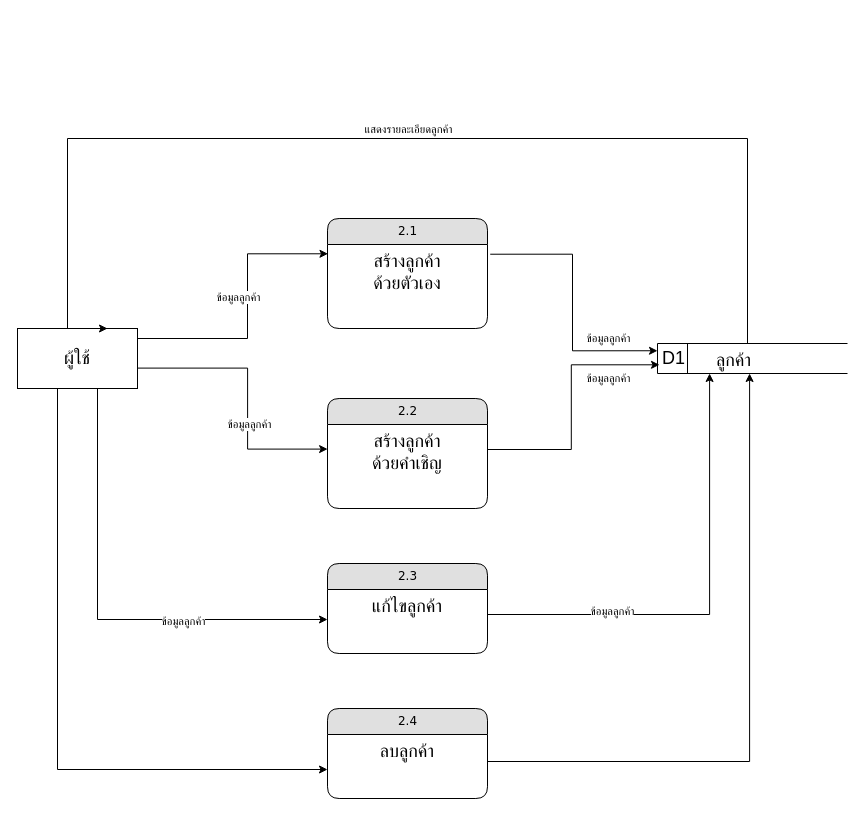
The draw.io diagram dataflow-pms-2.0.drawio in NewSnooker/it-udvc-pms, before the edit. Source tidied: cells renumbered, new cells numbered last; positions are measured from the earlier drawing's top-left corner, leaving out a move shared by most shapes. Both pictures are drawn from the tidied source at 100%, with x=0, y=0 at pixel (17, 138).
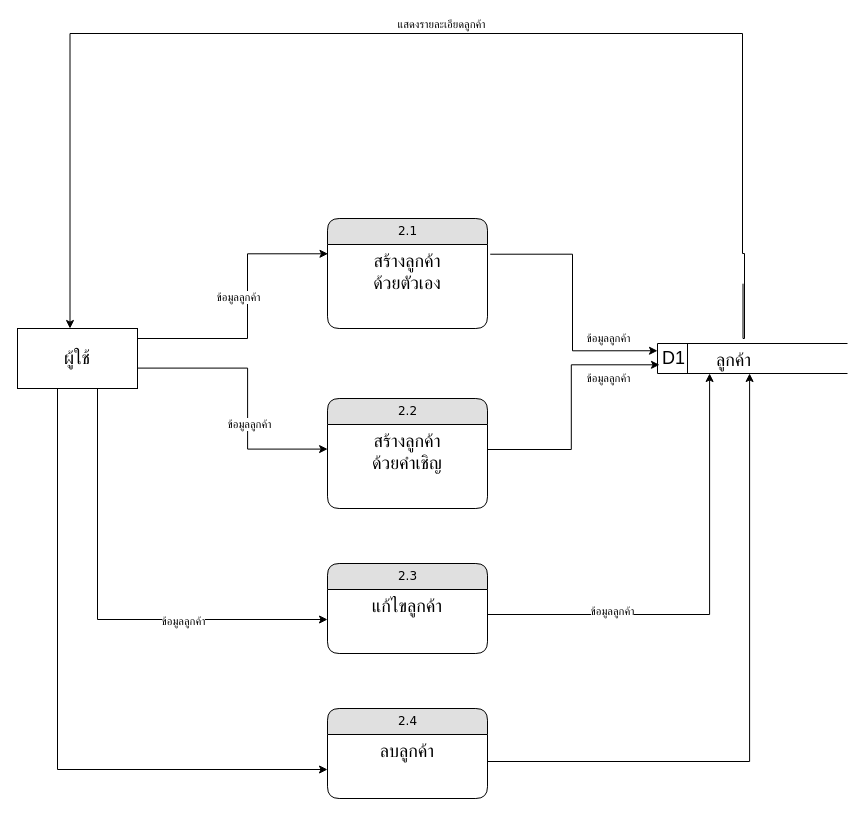
After the change.

The change refers to these unchanged cells:
```xml
<mxCell id="9" value="&lt;span style=&quot;font-size: 18px; font-weight: 400;&quot;&gt;ลูกค้า&lt;/span&gt;" style="text;strokeColor=none;fillColor=none;html=1;fontSize=24;fontStyle=1;verticalAlign=middle;align=center;" parent="7" vertex="1">
  <mxGeometry x="28.5" width="95" height="30" as="geometry" />
</mxCell>
```

Diff of the diagram source:
```diff
@@
-    <mxCell id="19" style="endArrow=classic;html=1;rounded=0;exitX=0.25;exitY=0;exitDx=0;exitDy=0;edgeStyle=orthogonalEdgeStyle;" parent="1" edge="1" source="9">
+    <mxCell id="19" style="endArrow=classic;html=1;rounded=0;edgeStyle=orthogonalEdgeStyle;" parent="1" edge="1">
       <mxGeometry relative="1" as="geometry">
-        <mxPoint x="90" y="190" as="targetPoint" />
+        <mxPoint x="725.5" y="145.2" as="sourcePoint" />
+        <mxPoint x="52.5" y="190" as="targetPoint" />
         <Array as="points">
-          <mxPoint x="730" y="205" />
-          <mxPoint x="730" />
-          <mxPoint x="50" />
-          <mxPoint x="50" y="190" />
+          <mxPoint x="726" y="200" />
+          <mxPoint x="727" y="200" />
+          <mxPoint x="727" y="115" />
+          <mxPoint x="725" y="115" />
+          <mxPoint x="725" y="-105" />
+          <mxPoint x="52" y="-105" />
         </Array>
       </mxGeometry>
     </mxCell>
```
